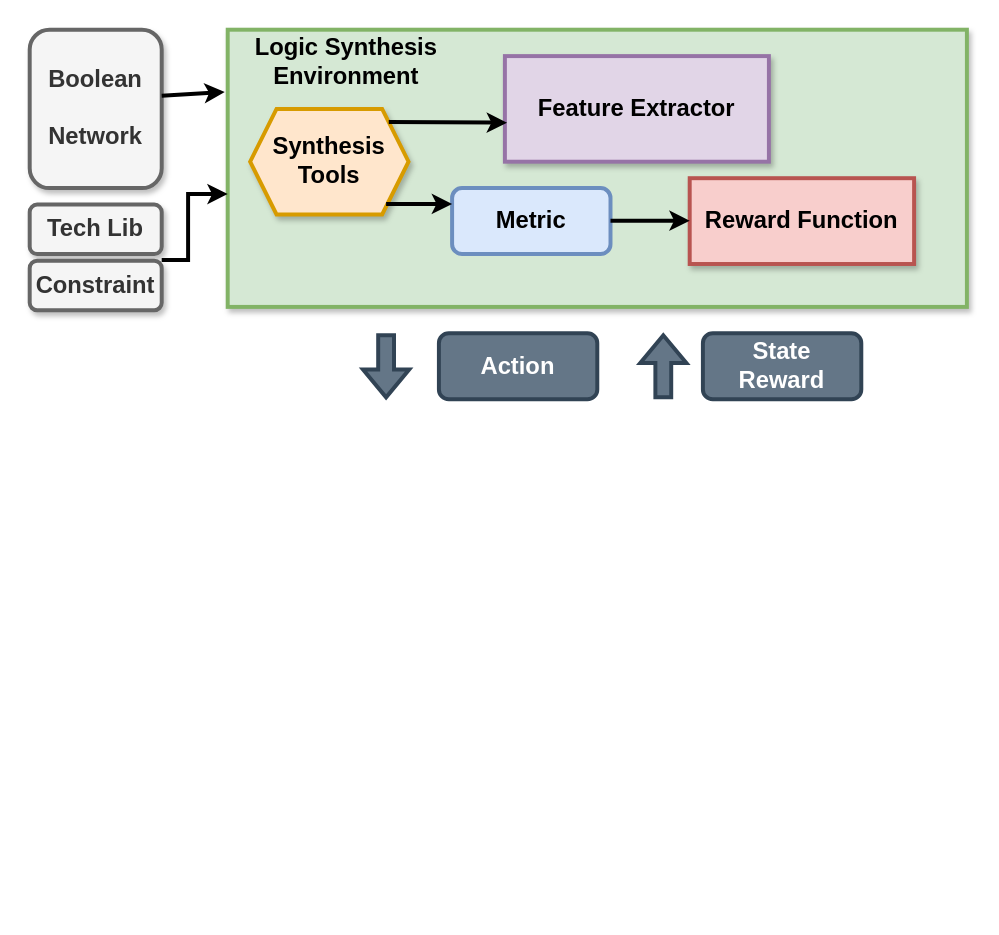
Earlier version of the draw.io diagram learningframework.drawio (kxzhu0505/LogicSynOpt). Source tidied: cells renumbered, new cells numbered last; positions are measured from the earlier drawing's top-left corner, leaving out a move shared by most shapes. Both pictures are drawn from the tidied source at 132%, with x=0, y=0 at pixel (29, 29).
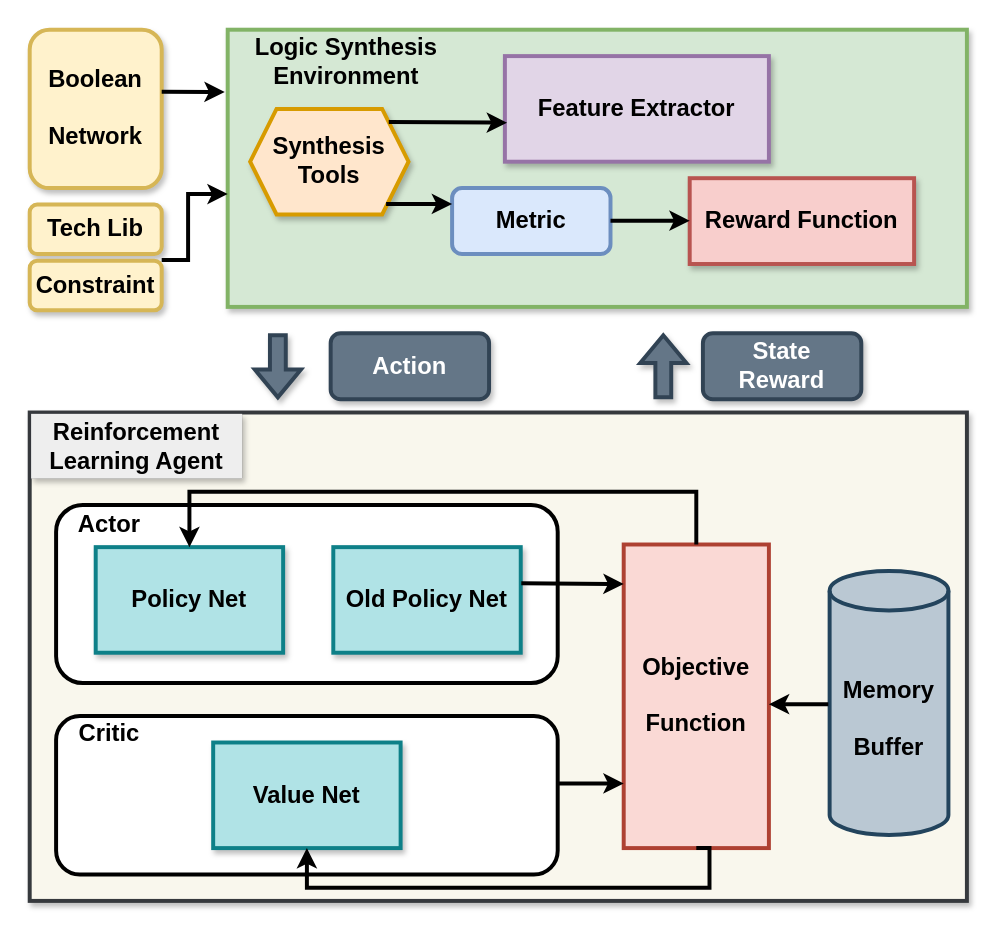
The same page after the edit.

Unchanged cells that the change refers to:
```xml
<mxCell id="3" style="rounded=0;whiteSpace=wrap;html=1;fillColor=#d5e8d4;strokeColor=#82b366;strokeWidth=3;shadow=1;" parent="1" vertex="1">
  <mxGeometry x="150" width="560" height="210" as="geometry" />
</mxCell>
```

The edit, as a diff of the source:
```diff
@@
-    <mxCell id="2" value="&lt;b style=&quot;font-size: 18px;&quot;&gt;&lt;font style=&quot;font-size: 18px;&quot;&gt;Boolean&lt;/font&gt;&lt;/b&gt;&lt;div style=&quot;font-size: 18px;&quot;&gt;&lt;b&gt;&lt;font style=&quot;font-size: 18px;&quot;&gt;&lt;br&gt;&lt;/font&gt;&lt;/b&gt;&lt;/div&gt;&lt;div style=&quot;font-size: 18px;&quot;&gt;&lt;b style=&quot;&quot;&gt;&lt;font style=&quot;font-size: 18px;&quot;&gt;Network&lt;/font&gt;&lt;/b&gt;&lt;/div&gt;" style="rounded=1;whiteSpace=wrap;html=1;fillColor=#f5f5f5;fontColor=#333333;strokeColor=#666666;strokeWidth=3;shadow=1;" parent="1" vertex="1">
+    <mxCell id="2" value="&lt;b style=&quot;font-size: 18px;&quot;&gt;&lt;font style=&quot;font-size: 18px;&quot;&gt;Boolean&lt;/font&gt;&lt;/b&gt;&lt;div style=&quot;font-size: 18px;&quot;&gt;&lt;b&gt;&lt;font style=&quot;font-size: 18px;&quot;&gt;&lt;br&gt;&lt;/font&gt;&lt;/b&gt;&lt;/div&gt;&lt;div style=&quot;font-size: 18px;&quot;&gt;&lt;b style=&quot;&quot;&gt;&lt;font style=&quot;font-size: 18px;&quot;&gt;Network&lt;/font&gt;&lt;/b&gt;&lt;/div&gt;" style="rounded=1;whiteSpace=wrap;html=1;fillColor=#fff2cc;strokeColor=#d6b656;strokeWidth=3;shadow=1;" parent="1" vertex="1">
       <mxGeometry width="100" height="120" as="geometry" />
     </mxCell>
@@
     <mxCell id="8" style="endArrow=classic;html=1;rounded=0;strokeWidth=3;entryX=-0.004;entryY=0.225;entryDx=0;entryDy=0;entryPerimeter=0;" parent="1" edge="1" target="3">
       <mxGeometry relative="1" as="geometry">
-        <mxPoint x="100" y="50" as="sourcePoint" />
+        <mxPoint x="100" y="47" as="sourcePoint" />
       </mxGeometry>
     </mxCell>
@@
-    <mxCell id="10" value="&lt;b style=&quot;font-size: 18px;&quot;&gt;Tech Lib&lt;/b&gt;" style="rounded=1;whiteSpace=wrap;html=1;fillColor=#f5f5f5;fontColor=#333333;strokeColor=#666666;strokeWidth=3;shadow=1;" parent="1" vertex="1">
+    <mxCell id="10" value="&lt;b style=&quot;font-size: 18px;&quot;&gt;Tech Lib&lt;/b&gt;" style="rounded=1;whiteSpace=wrap;html=1;fillColor=#fff2cc;strokeColor=#d6b656;strokeWidth=3;shadow=1;" parent="1" vertex="1">
       <mxGeometry y="132.5" width="100" height="37.5" as="geometry" />
     </mxCell>
-    <mxCell id="11" value="&lt;b style=&quot;font-size: 18px;&quot;&gt;Constraint&lt;/b&gt;" style="rounded=1;whiteSpace=wrap;html=1;fillColor=#f5f5f5;fontColor=#333333;strokeColor=#666666;strokeWidth=3;shadow=1;" parent="1" vertex="1">
+    <mxCell id="11" value="&lt;b style=&quot;font-size: 18px;&quot;&gt;Constraint&lt;/b&gt;" style="rounded=1;whiteSpace=wrap;html=1;fillColor=#fff2cc;strokeColor=#d6b656;strokeWidth=3;shadow=1;" parent="1" vertex="1">
       <mxGeometry y="175" width="100" height="37.5" as="geometry" />
     </mxCell>
@@
-    <mxCell id="16" value="&lt;font size=&quot;1&quot; style=&quot;&quot;&gt;&lt;b style=&quot;font-size: 18px;&quot;&gt;Action&lt;/b&gt;&lt;/font&gt;" style="rounded=1;whiteSpace=wrap;html=1;fillColor=#647687;strokeColor=#314354;strokeWidth=3;fontColor=#ffffff;" parent="1" vertex="1">
-      <mxGeometry x="310" y="230" width="120" height="50" as="geometry" />
+    <mxCell id="16" value="&lt;font size=&quot;1&quot; style=&quot;&quot;&gt;&lt;b style=&quot;font-size: 18px;&quot;&gt;Action&lt;/b&gt;&lt;/font&gt;" style="rounded=1;whiteSpace=wrap;html=1;fillColor=#647687;strokeColor=#314354;strokeWidth=3;fontColor=#ffffff;shadow=1;" parent="1" vertex="1">
+      <mxGeometry x="228" y="230" width="120" height="50" as="geometry" />
     </mxCell>
-    <mxCell id="17" value="&lt;span style=&quot;font-size: 18px;&quot;&gt;&lt;b&gt;State&lt;/b&gt;&lt;/span&gt;&lt;div&gt;&lt;span style=&quot;font-size: 18px;&quot;&gt;&lt;b&gt;Reward&lt;/b&gt;&lt;/span&gt;&lt;/div&gt;" style="rounded=1;whiteSpace=wrap;html=1;fillColor=#647687;strokeColor=#314354;strokeWidth=3;fontColor=#ffffff;" parent="1" vertex="1">
+    <mxCell id="17" value="&lt;span style=&quot;font-size: 18px;&quot;&gt;&lt;b&gt;State&lt;/b&gt;&lt;/span&gt;&lt;div&gt;&lt;span style=&quot;font-size: 18px;&quot;&gt;&lt;b&gt;Reward&lt;/b&gt;&lt;/span&gt;&lt;/div&gt;" style="rounded=1;whiteSpace=wrap;html=1;fillColor=#647687;strokeColor=#314354;strokeWidth=3;fontColor=#ffffff;shadow=1;" parent="1" vertex="1">
       <mxGeometry x="510" y="230" width="120" height="50" as="geometry" />
     </mxCell>
-    <mxCell id="18" style="shape=flexArrow;endArrow=classic;html=1;rounded=0;strokeWidth=3;fillColor=#647687;strokeColor=#314354;" parent="1" edge="1">
+    <mxCell id="18" style="shape=flexArrow;endArrow=classic;html=1;rounded=0;strokeWidth=3;fillColor=#647687;strokeColor=#314354;shadow=1;" parent="1" edge="1">
       <mxGeometry relative="1" as="geometry">
-        <mxPoint x="270" y="230" as="sourcePoint" />
-        <mxPoint x="270" y="280" as="targetPoint" />
+        <mxPoint x="188" y="230" as="sourcePoint" />
+        <mxPoint x="188" y="280" as="targetPoint" />
       </mxGeometry>
     </mxCell>
-    <mxCell id="19" style="shape=flexArrow;endArrow=classic;html=1;rounded=0;strokeWidth=3;fillColor=#647687;strokeColor=#314354;" parent="1" edge="1">
+    <mxCell id="19" style="shape=flexArrow;endArrow=classic;html=1;rounded=0;strokeWidth=3;fillColor=#647687;strokeColor=#314354;shadow=1;" parent="1" edge="1">
       <mxGeometry relative="1" as="geometry">
         <mxPoint x="480" y="280" as="sourcePoint" />
         <mxPoint x="480" y="230" as="targetPoint" />
       </mxGeometry>
     </mxCell>
+    <mxCell id="20" style="rounded=0;whiteSpace=wrap;html=1;fillColor=#f9f7ed;strokeColor=#36393d;strokeWidth=3;shadow=1;" parent="1" vertex="1">
+      <mxGeometry y="290" width="710" height="370" as="geometry" />
+    </mxCell>
+    <mxCell id="21" value="&lt;font size=&quot;1&quot; style=&quot;&quot;&gt;&lt;b style=&quot;font-size: 18px;&quot;&gt;Reinforcement Learning Agent&lt;/b&gt;&lt;/font&gt;" style="text;html=1;align=center;verticalAlign=middle;whiteSpace=wrap;rounded=0;fillColor=#eeeeee;strokeColor=#36393d;strokeWidth=0;shadow=1;" parent="1" vertex="1">
+      <mxGeometry x="1" y="291" width="160" height="49" as="geometry" />
+    </mxCell>
+    <mxCell id="22" style="rounded=1;whiteSpace=wrap;html=1;strokeWidth=3;" parent="1" vertex="1">
+      <mxGeometry x="20" y="360" width="380" height="135" as="geometry" />
+    </mxCell>
+    <mxCell id="23" value="&lt;b style=&quot;&quot;&gt;&lt;font style=&quot;font-size: 18px;&quot;&gt;Policy Net&lt;/font&gt;&lt;/b&gt;" style="rounded=0;whiteSpace=wrap;html=1;fillColor=#b0e3e6;strokeColor=#0e8088;strokeWidth=3;shadow=1;" parent="1" vertex="1">
+      <mxGeometry x="50" y="392" width="142" height="80" as="geometry" />
+    </mxCell>
+    <mxCell id="24" value="&lt;b style=&quot;&quot;&gt;&lt;font style=&quot;font-size: 18px;&quot;&gt;Old Policy Net&lt;/font&gt;&lt;/b&gt;" style="rounded=0;whiteSpace=wrap;html=1;fillColor=#b0e3e6;strokeColor=#0e8088;strokeWidth=3;shadow=1;" parent="1" vertex="1">
+      <mxGeometry x="230" y="392" width="142" height="80" as="geometry" />
+    </mxCell>
+    <mxCell id="25" value="&lt;font style=&quot;font-size: 18px;&quot;&gt;&lt;b&gt;Objective&lt;/b&gt;&lt;/font&gt;&lt;div style=&quot;font-size: 18px;&quot;&gt;&lt;font style=&quot;font-size: 18px;&quot;&gt;&lt;b&gt;&lt;br&gt;&lt;/b&gt;&lt;/font&gt;&lt;/div&gt;&lt;div style=&quot;font-size: 18px;&quot;&gt;&lt;font style=&quot;font-size: 18px;&quot;&gt;&lt;b&gt;Function&lt;/b&gt;&lt;/font&gt;&lt;/div&gt;" style="rounded=0;whiteSpace=wrap;html=1;fillColor=#fad9d5;strokeColor=#ae4132;strokeWidth=3;" parent="1" vertex="1">
+      <mxGeometry x="450" y="390" width="110" height="230" as="geometry" />
+    </mxCell>
+    <mxCell id="26" style="rounded=1;whiteSpace=wrap;html=1;strokeWidth=3;" parent="1" vertex="1">
+      <mxGeometry x="20" y="520" width="380" height="120" as="geometry" />
+    </mxCell>
+    <mxCell id="27" value="&lt;b style=&quot;&quot;&gt;&lt;font style=&quot;font-size: 18px;&quot;&gt;Value Net&lt;/font&gt;&lt;/b&gt;" style="rounded=0;whiteSpace=wrap;html=1;fillColor=#b0e3e6;strokeColor=#0e8088;strokeWidth=3;shadow=1;" parent="1" vertex="1">
+      <mxGeometry x="139" y="540" width="142" height="80" as="geometry" />
+    </mxCell>
+    <mxCell id="28" value="&lt;font style=&quot;font-size: 18px;&quot;&gt;&lt;b&gt;Memory&lt;/b&gt;&lt;/font&gt;&lt;div style=&quot;font-size: 18px;&quot;&gt;&lt;font style=&quot;font-size: 18px;&quot;&gt;&lt;b&gt;&lt;br&gt;&lt;/b&gt;&lt;/font&gt;&lt;/div&gt;&lt;div style=&quot;font-size: 18px;&quot;&gt;&lt;font style=&quot;font-size: 18px;&quot;&gt;&lt;b&gt;Buffer&lt;/b&gt;&lt;/font&gt;&lt;/div&gt;" style="shape=cylinder3;whiteSpace=wrap;html=1;boundedLbl=1;backgroundOutline=1;size=15;fillColor=#bac8d3;strokeColor=#23445d;strokeWidth=3;" parent="1" vertex="1">
+      <mxGeometry x="606" y="410" width="90" height="200" as="geometry" />
+    </mxCell>
+    <mxCell id="29" value="&lt;span style=&quot;font-size: 18px;&quot;&gt;&lt;b&gt;Actor&lt;/b&gt;&lt;/span&gt;" style="text;html=1;align=center;verticalAlign=middle;whiteSpace=wrap;rounded=0;" parent="1" vertex="1">
+      <mxGeometry x="20" y="360" width="81" height="30" as="geometry" />
+    </mxCell>
+    <mxCell id="30" value="&lt;span style=&quot;font-size: 18px;&quot;&gt;&lt;b&gt;Critic&lt;/b&gt;&lt;/span&gt;" style="text;html=1;align=center;verticalAlign=middle;whiteSpace=wrap;rounded=0;" parent="1" vertex="1">
+      <mxGeometry x="20" y="518" width="81" height="30" as="geometry" />
+    </mxCell>
+    <mxCell id="31" style="endArrow=classic;html=1;rounded=0;strokeWidth=3;entryX=-0.004;entryY=0.225;entryDx=0;entryDy=0;entryPerimeter=0;exitX=1.003;exitY=0.341;exitDx=0;exitDy=0;exitPerimeter=0;" parent="1" edge="1" source="24">
+      <mxGeometry relative="1" as="geometry">
+        <mxPoint x="450" y="420" as="targetPoint" />
+      </mxGeometry>
+    </mxCell>
+    <mxCell id="32" style="endArrow=classic;html=1;rounded=0;strokeWidth=3;entryX=-0.004;entryY=0.225;entryDx=0;entryDy=0;entryPerimeter=0;" parent="1" edge="1">
+      <mxGeometry relative="1" as="geometry">
+        <mxPoint x="400" y="571" as="sourcePoint" />
+        <mxPoint x="450" y="571" as="targetPoint" />
+      </mxGeometry>
+    </mxCell>
+    <mxCell id="33" style="endArrow=classic;html=1;rounded=0;strokeWidth=3;exitX=0.5;exitY=0;exitDx=0;exitDy=0;edgeStyle=orthogonalEdgeStyle;" parent="1" edge="1" source="25" target="23">
+      <mxGeometry relative="1" as="geometry">
+        <Array as="points">
+          <mxPoint x="505" y="350" />
+          <mxPoint x="121" y="350" />
+        </Array>
+      </mxGeometry>
+    </mxCell>
+    <mxCell id="34" style="endArrow=classic;html=1;rounded=0;strokeWidth=3;exitX=0.5;exitY=1;exitDx=0;exitDy=0;edgeStyle=orthogonalEdgeStyle;entryX=0.5;entryY=1;entryDx=0;entryDy=0;" parent="1" edge="1" source="25" target="27">
+      <mxGeometry relative="1" as="geometry">
+        <Array as="points">
+          <mxPoint x="515" y="620" />
+          <mxPoint x="515" y="650" />
+          <mxPoint x="210" y="650" />
+        </Array>
+      </mxGeometry>
+    </mxCell>
+    <mxCell id="35" style="endArrow=classic;html=1;rounded=0;strokeWidth=3;entryX=-0.004;entryY=0.225;entryDx=0;entryDy=0;entryPerimeter=0;" parent="1" edge="1">
+      <mxGeometry relative="1" as="geometry">
+        <mxPoint x="605" y="511" as="sourcePoint" />
+        <mxPoint x="560" y="511" as="targetPoint" />
+      </mxGeometry>
+    </mxCell>
```
